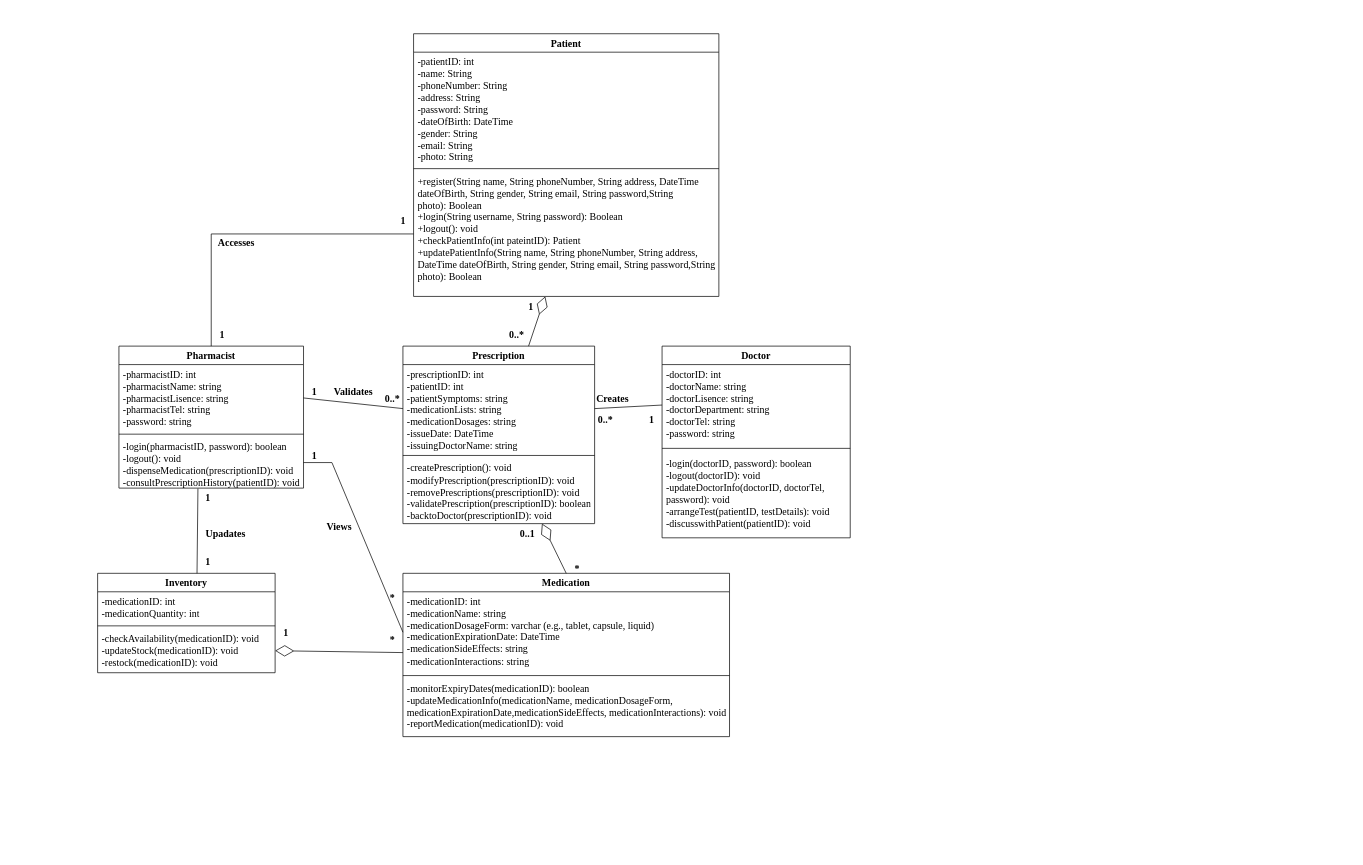
Before: Class Diagram_Pharmacy.drawio in FOMOKN/Software-Engineering, a draw.io diagram. Source tidied: cells renumbered, new cells numbered last; positions are measured from the earlier drawing's top-left corner, leaving out a move shared by most shapes. Both pictures are drawn from the tidied source at 71%, with x=0, y=0 at pixel (97, 33).
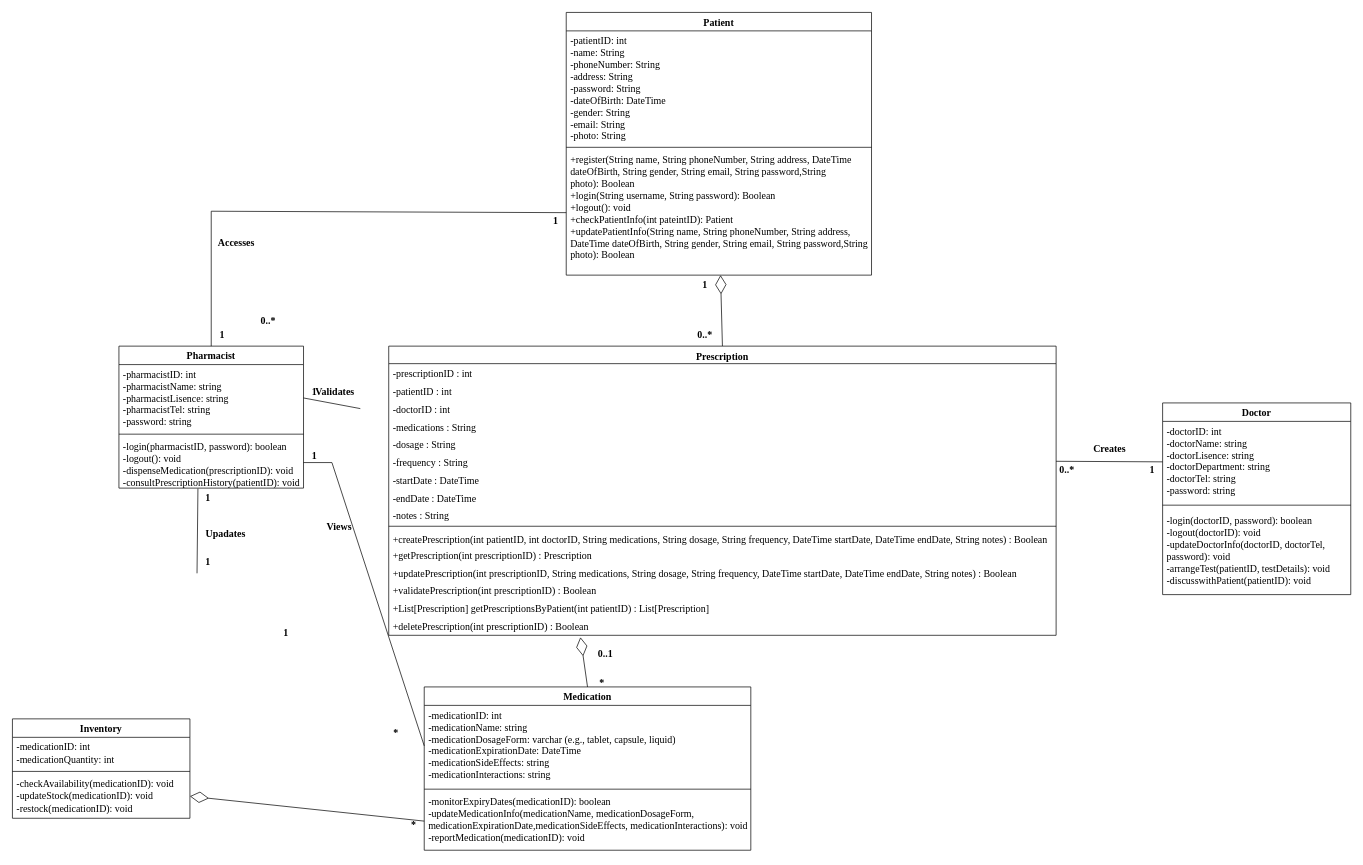
The same diagram, later.

The change refers to these unchanged cells:
```xml
<mxCell id="5" value="-monitorExpiryDates(medicationID):&amp;nbsp;boolean&lt;br&gt;-updateMedicationInfo(medicationName, medicationDosageForm, medicationExpirationDate,medicationSideEffects, medicationInteractions):&amp;nbsp;void&lt;br&gt;-reportMedication(medicationID):&amp;nbsp;void" style="text;strokeColor=none;fillColor=none;align=left;verticalAlign=top;spacingLeft=4;spacingRight=4;overflow=hidden;points=[[0,0.5],[1,0.5]];portConstraint=eastwest;whiteSpace=wrap;html=1;fontFamily=Times New Roman;fontSize=14;" parent="2" vertex="1">
  <mxGeometry y="148" width="460" height="82" as="geometry" />
</mxCell>
<mxCell id="9" value="-checkAvailability(medicationID): void&lt;br&gt;-updateStock(medicationID): void&lt;br&gt;-restock(medicationID): void" style="text;strokeColor=none;fillColor=none;align=left;verticalAlign=top;spacingLeft=4;spacingRight=4;overflow=hidden;points=[[0,0.5],[1,0.5]];portConstraint=eastwest;whiteSpace=wrap;html=1;fontFamily=Times New Roman;fontSize=14;" parent="6" vertex="1">
  <mxGeometry y="78" width="250" height="62" as="geometry" />
</mxCell>
<mxCell id="10" value="&lt;font style=&quot;font-size: 14px;&quot; face=&quot;Times New Roman&quot;&gt;Pharmacist&lt;/font&gt;" style="swimlane;fontStyle=1;align=center;verticalAlign=top;horizontal=1;startSize=26;whiteSpace=wrap;html=1;" parent="1" vertex="1">
  <mxGeometry x="30" y="440" width="260" height="200" as="geometry" />
</mxCell>
<mxCell id="11" value="-pharmacistID: int&lt;br&gt;-pharmacistName: string&lt;br style=&quot;font-size: 14px;&quot;&gt;-pharmacistLisence: string&lt;br&gt;-pharmacistTel: string&lt;br&gt;-password: string" style="text;strokeColor=none;fillColor=none;align=left;verticalAlign=top;spacingLeft=4;spacingRight=4;overflow=hidden;points=[[0,0.5],[1,0.5]];portConstraint=eastwest;whiteSpace=wrap;html=1;fontFamily=Times New Roman;fontSize=14;" parent="10" vertex="1">
  <mxGeometry y="26" width="260" height="94" as="geometry" />
</mxCell>
<mxCell id="25" value="-doctorID: int&lt;br style=&quot;border-color: var(--border-color);&quot;&gt;-doctorName: string&lt;br&gt;-doctorLisence: string&lt;br style=&quot;font-size: 14px;&quot;&gt;-doctorDepartment: string&lt;br style=&quot;font-size: 14px;&quot;&gt;-doctorTel: string&lt;br&gt;-password: string" style="text;strokeColor=none;fillColor=none;align=left;verticalAlign=top;spacingLeft=4;spacingRight=4;overflow=hidden;points=[[0,0.5],[1,0.5]];portConstraint=eastwest;whiteSpace=wrap;html=1;fontFamily=Times New Roman;fontStyle=0;fontSize=14;" parent="24" vertex="1">
  <mxGeometry y="26" width="265" height="114" as="geometry" />
</mxCell>
<mxCell id="54" value="&lt;font style=&quot;font-size: 14px;&quot;&gt;+register(String name, String phoneNumber, String address, DateTime dateOfBirth, String gender, String email, String password,String photo):&amp;nbsp;Boolean&lt;br style=&quot;&quot;&gt;+login(String username, String password): Boolean&lt;br style=&quot;&quot;&gt;+logout():&amp;nbsp;void&lt;br style=&quot;&quot;&gt;+checkPatientInfo(int pateintID):&amp;nbsp;Patient&lt;br style=&quot;&quot;&gt;+updatePatientInfo(String name, String phoneNumber, String address, DateTime dateOfBirth, String gender, String email, String password,String photo):&amp;nbsp;Boolean&lt;br style=&quot;&quot;&gt;&lt;/font&gt;&lt;span style=&quot;font-size: 12px;&quot;&gt;&lt;br style=&quot;font-size: 12px;&quot;&gt;&lt;/span&gt;" style="text;strokeColor=none;fillColor=none;align=left;verticalAlign=top;spacingLeft=4;spacingRight=4;overflow=hidden;points=[[0,0.5],[1,0.5]];portConstraint=eastwest;whiteSpace=wrap;html=1;fontSize=12;fontFamily=Times New Roman;" parent="51" vertex="1">
  <mxGeometry y="194" width="430" height="176" as="geometry" />
</mxCell>
```

What changed in the source:
```diff
@@
     <mxCell id="2" value="Medication" style="swimlane;fontStyle=1;align=center;verticalAlign=top;horizontal=1;startSize=26;whiteSpace=wrap;html=1;fontFamily=Times New Roman;fontSize=14;" parent="1" vertex="1">
-      <mxGeometry x="430" y="760" width="460" height="230" as="geometry" />
+      <mxGeometry x="460" y="920" width="460" height="230" as="geometry" />
     </mxCell>
@@
     <mxCell id="6" value="Inventory" style="swimlane;fontStyle=1;align=center;verticalAlign=top;horizontal=1;startSize=26;whiteSpace=wrap;html=1;fontFamily=Times New Roman;fontSize=14;" parent="1" vertex="1">
-      <mxGeometry y="760" width="250" height="140" as="geometry" />
+      <mxGeometry x="-120" y="965" width="250" height="140" as="geometry" />
     </mxCell>
@@
-    <mxCell id="14" style="endArrow=diamondThin;endFill=0;endSize=24;html=1;rounded=0;entryX=1;entryY=0.5;entryDx=0;entryDy=0;" parent="1" edge="1" source="2" target="9">
+    <mxCell id="14" style="endArrow=diamondThin;endFill=0;endSize=24;html=1;rounded=0;entryX=1;entryY=0.5;entryDx=0;entryDy=0;exitX=0;exitY=0.5;exitDx=0;exitDy=0;" parent="1" edge="1" source="5" target="9">
       <mxGeometry relative="1" as="geometry" />
     </mxCell>
     <mxCell id="15" value="*" style="text;html=1;align=center;verticalAlign=middle;strokeColor=none;fillColor=none;fontFamily=Times New Roman;fontSize=14;fontStyle=1;" parent="1" vertex="1">
-      <mxGeometry x="660" y="740" width="30" height="30" as="geometry" />
+      <mxGeometry x="695" y="900" width="30" height="30" as="geometry" />
     </mxCell>
     <mxCell id="16" value="0..1" style="text;html=1;align=center;verticalAlign=middle;strokeColor=none;fillColor=none;fontSize=14;fontFamily=Times New Roman;fontStyle=1;" parent="1" vertex="1">
-      <mxGeometry x="585" y="690" width="40" height="30" as="geometry" />
+      <mxGeometry x="695" y="860" width="40" height="30" as="geometry" />
     </mxCell>
@@
     <mxCell id="18" value="*" style="text;html=1;align=center;verticalAlign=middle;strokeColor=none;fillColor=none;fontFamily=Times New Roman;fontSize=14;fontStyle=1;" parent="1" vertex="1">
-      <mxGeometry x="400" y="840" width="30" height="30" as="geometry" />
+      <mxGeometry x="405" y="970" width="30" height="30" as="geometry" />
     </mxCell>
-    <mxCell id="19" value="&lt;font style=&quot;font-size: 14px;&quot;&gt;Prescription&lt;/font&gt;" style="swimlane;fontStyle=1;align=center;verticalAlign=top;horizontal=1;startSize=26;whiteSpace=wrap;html=1;fontFamily=Times New Roman;" parent="1" vertex="1">
-      <mxGeometry x="430" y="440" width="270" height="250" as="geometry" />
-    </mxCell>
-    <mxCell id="20" value="-prescriptionID: int&lt;br style=&quot;border-color: var(--border-color);&quot;&gt;-patientID: int&lt;br style=&quot;border-color: var(--border-color);&quot;&gt;-patientSymptoms: string&lt;br style=&quot;border-color: var(--border-color);&quot;&gt;-medicationLists: string&lt;br style=&quot;border-color: var(--border-color);&quot;&gt;-medicationDosages: string&lt;br style=&quot;border-color: var(--border-color);&quot;&gt;-issueDate: DateTime&lt;br style=&quot;border-color: var(--border-color);&quot;&gt;-issuingDoctorName: string" style="text;strokeColor=none;fillColor=none;align=left;verticalAlign=top;spacingLeft=4;spacingRight=4;overflow=hidden;points=[[0,0.5],[1,0.5]];portConstraint=eastwest;whiteSpace=wrap;html=1;fontFamily=Times New Roman;fontSize=14;" parent="19" vertex="1">
-      <mxGeometry y="26" width="270" height="124" as="geometry" />
-    </mxCell>
-    <mxCell id="21" style="line;strokeWidth=1;fillColor=none;align=left;verticalAlign=middle;spacingTop=-1;spacingLeft=3;spacingRight=3;labelPosition=right;strokeColor=inherit;" parent="19" vertex="1">
-      <mxGeometry y="150" width="270" height="8" as="geometry" />
-    </mxCell>
-    <mxCell id="22" value="-createPrescription():&amp;nbsp;void&lt;br style=&quot;border-color: var(--border-color);&quot;&gt;-modifyPrescription(prescriptionID):&amp;nbsp;void&lt;br style=&quot;border-color: var(--border-color);&quot;&gt;-removePrescriptions(prescriptionID):&amp;nbsp;void&lt;br&gt;-validatePrescription(prescriptionID): boolean&lt;br&gt;-backtoDoctor(prescriptionID):&amp;nbsp;void" style="text;strokeColor=none;fillColor=none;align=left;verticalAlign=top;spacingLeft=4;spacingRight=4;overflow=hidden;whiteSpace=wrap;html=1;fontFamily=Times New Roman;fontSize=14;" parent="19" vertex="1">
-      <mxGeometry y="158" width="270" height="92" as="geometry" />
-    </mxCell>
-    <mxCell id="23" style="endArrow=diamondThin;endFill=0;endSize=24;html=1;rounded=0;exitX=0.5;exitY=0;exitDx=0;exitDy=0;" parent="1" edge="1" source="2" target="19">
-      <mxGeometry relative="1" as="geometry" />
+    <mxCell id="23" style="endArrow=diamondThin;endFill=0;endSize=24;html=1;rounded=0;exitX=0.5;exitY=0;exitDx=0;exitDy=0;" parent="1" edge="1" source="2">
+      <mxGeometry relative="1" as="geometry">
+        <mxPoint x="680" y="850" as="targetPoint" />
+      </mxGeometry>
     </mxCell>
     <mxCell id="24" value="&lt;font style=&quot;font-size: 14px;&quot; face=&quot;Times New Roman&quot;&gt;Doctor&lt;/font&gt;" style="swimlane;fontStyle=1;align=center;verticalAlign=top;horizontal=1;startSize=26;whiteSpace=wrap;html=1;" parent="1" vertex="1">
-      <mxGeometry x="795" y="440" width="265" height="270" as="geometry" />
+      <mxGeometry x="1500" y="520" width="265" height="270" as="geometry" />
     </mxCell>
@@
     <mxCell id="28" value="1" style="text;html=1;align=center;verticalAlign=middle;strokeColor=none;fillColor=none;fontFamily=Times New Roman;fontStyle=1;fontSize=14;" parent="1" vertex="1">
-      <mxGeometry x="595" y="370" width="30" height="30" as="geometry" />
+      <mxGeometry x="840" y="340" width="30" height="30" as="geometry" />
     </mxCell>
     <mxCell id="29" value="0..*" style="text;html=1;align=center;verticalAlign=middle;strokeColor=none;fillColor=none;fontStyle=1;fontFamily=Times New Roman;fontSize=14;" parent="1" vertex="1">
-      <mxGeometry x="570" y="410" width="40" height="30" as="geometry" />
+      <mxGeometry x="835" y="410" width="40" height="30" as="geometry" />
     </mxCell>
-    <mxCell id="30" style="endArrow=none;html=1;rounded=0;exitX=1;exitY=0.5;exitDx=0;exitDy=0;entryX=0;entryY=0.5;entryDx=0;entryDy=0;" parent="1" edge="1" source="11" target="20">
-      <mxGeometry relative="1" as="geometry" />
+    <mxCell id="30" style="endArrow=none;html=1;rounded=0;exitX=1;exitY=0.5;exitDx=0;exitDy=0;" parent="1" edge="1" source="11">
+      <mxGeometry relative="1" as="geometry">
+        <mxPoint x="370" y="528" as="targetPoint" />
+      </mxGeometry>
     </mxCell>
@@
-    <mxCell id="38" style="endArrow=diamondThin;endFill=0;endSize=24;html=1;rounded=0;" parent="1" edge="1" source="19" target="54">
+    <mxCell id="38" style="endArrow=diamondThin;endFill=0;endSize=24;html=1;rounded=0;exitX=0.5;exitY=0;exitDx=0;exitDy=0;" parent="1" edge="1" source="19" target="54">
       <mxGeometry relative="1" as="geometry" />
     </mxCell>
@@
     <mxCell id="40" value="*" style="text;html=1;align=center;verticalAlign=middle;strokeColor=none;fillColor=none;fontFamily=Times New Roman;fontSize=14;fontStyle=1;" parent="1" vertex="1">
-      <mxGeometry x="400" y="780" width="30" height="30" as="geometry" />
+      <mxGeometry x="430" y="1100" width="30" height="30" as="geometry" />
     </mxCell>
@@
     <mxCell id="42" value="0..*" style="text;html=1;align=center;verticalAlign=middle;strokeColor=none;fillColor=none;fontFamily=Times New Roman;fontSize=14;fontStyle=1;" parent="1" vertex="1">
-      <mxGeometry x="395" y="500" width="40" height="30" as="geometry" />
+      <mxGeometry x="220" y="390" width="40" height="30" as="geometry" />
     </mxCell>
-    <mxCell id="43" style="endArrow=none;html=1;rounded=0;entryX=0;entryY=0.5;entryDx=0;entryDy=0;exitX=1;exitY=0.5;exitDx=0;exitDy=0;" parent="1" edge="1" source="20" target="25">
+    <mxCell id="43" style="endArrow=none;html=1;rounded=0;entryX=0;entryY=0.5;entryDx=0;entryDy=0;exitX=1;exitY=0.5;exitDx=0;exitDy=0;" parent="1" edge="1" source="60" target="25">
       <mxGeometry relative="1" as="geometry" />
     </mxCell>
     <mxCell id="44" value="Creates" style="text;html=1;align=center;verticalAlign=middle;strokeColor=none;fillColor=none;fontStyle=1;fontFamily=Times New Roman;fontSize=14;" parent="1" vertex="1">
-      <mxGeometry x="690" y="500" width="70" height="30" as="geometry" />
+      <mxGeometry x="1390" y="570" width="70" height="30" as="geometry" />
     </mxCell>
     <mxCell id="45" value="1" style="text;html=1;align=center;verticalAlign=middle;strokeColor=none;fillColor=none;fontStyle=1;fontFamily=Times New Roman;fontSize=14;" parent="1" vertex="1">
-      <mxGeometry x="765" y="530" width="30" height="30" as="geometry" />
+      <mxGeometry x="1470" y="600" width="30" height="30" as="geometry" />
     </mxCell>
     <mxCell id="46" value="0..*" style="text;html=1;align=center;verticalAlign=middle;strokeColor=none;fillColor=none;fontFamily=Times New Roman;fontSize=14;fontStyle=1;" parent="1" vertex="1">
-      <mxGeometry x="695" y="530" width="40" height="30" as="geometry" />
+      <mxGeometry x="1345" y="600" width="40" height="30" as="geometry" />
     </mxCell>
     <mxCell id="47" style="endArrow=none;html=1;rounded=0;entryX=0;entryY=0.5;entryDx=0;entryDy=0;exitX=0.5;exitY=0;exitDx=0;exitDy=0;" parent="1" edge="1" source="10" target="54">
       <mxGeometry relative="1" as="geometry">
         <Array as="points">
-          <mxPoint x="160" y="282" />
+          <mxPoint x="160" y="250" />
         </Array>
       </mxGeometry>
     </mxCell>
@@
     <mxCell id="49" value="1" style="text;html=1;align=center;verticalAlign=middle;strokeColor=none;fillColor=none;fontFamily=Times New Roman;fontStyle=1;fontSize=14;" parent="1" vertex="1">
-      <mxGeometry x="415" y="250" width="30" height="30" as="geometry" />
+      <mxGeometry x="630" y="250" width="30" height="30" as="geometry" />
     </mxCell>
@@
     <mxCell id="51" value="Patient" style="swimlane;fontStyle=1;align=center;verticalAlign=top;horizontal=1;startSize=26;whiteSpace=wrap;html=1;fontFamily=Times New Roman;fontSize=14;" parent="1" vertex="1">
-      <mxGeometry x="445" width="430" height="370" as="geometry" />
+      <mxGeometry x="660" y="-30" width="430" height="370" as="geometry" />
     </mxCell>
@@
+    <mxCell id="19" value="Prescription" style="swimlane;fontStyle=1;align=center;verticalAlign=top;horizontal=1;startSize=24.6875;fontFamily=Times New Roman;fontSize=14;" parent="1" vertex="1">
+      <mxGeometry x="410" y="440" width="940" height="407.3" as="geometry" />
+    </mxCell>
+    <mxCell id="55" value="-prescriptionID : int" style="text;strokeColor=none;fillColor=none;align=left;verticalAlign=top;spacingLeft=4;spacingRight=4;overflow=hidden;fontFamily=Times New Roman;fontSize=14;" parent="19" vertex="1">
+      <mxGeometry y="24.7" width="940" height="25" as="geometry" />
+    </mxCell>
+    <mxCell id="56" value="-patientID : int" style="text;strokeColor=none;fillColor=none;align=left;verticalAlign=top;spacingLeft=4;spacingRight=4;overflow=hidden;fontFamily=Times New Roman;fontSize=14;" parent="19" vertex="1">
+      <mxGeometry y="49.7" width="940" height="25" as="geometry" />
+    </mxCell>
+    <mxCell id="57" value="-doctorID : int" style="text;strokeColor=none;fillColor=none;align=left;verticalAlign=top;spacingLeft=4;spacingRight=4;overflow=hidden;fontFamily=Times New Roman;fontSize=14;" parent="19" vertex="1">
+      <mxGeometry y="74.7" width="940" height="25" as="geometry" />
+    </mxCell>
+    <mxCell id="58" value="-medications : String" style="text;strokeColor=none;fillColor=none;align=left;verticalAlign=top;spacingLeft=4;spacingRight=4;overflow=hidden;fontFamily=Times New Roman;fontSize=14;" parent="19" vertex="1">
+      <mxGeometry y="99.7" width="940" height="25" as="geometry" />
+    </mxCell>
+    <mxCell id="59" value="-dosage : String" style="text;strokeColor=none;fillColor=none;align=left;verticalAlign=top;spacingLeft=4;spacingRight=4;overflow=hidden;fontFamily=Times New Roman;fontSize=14;" parent="19" vertex="1">
+      <mxGeometry y="124.7" width="940" height="25" as="geometry" />
+    </mxCell>
+    <mxCell id="60" value="-frequency : String" style="text;strokeColor=none;fillColor=none;align=left;verticalAlign=top;spacingLeft=4;spacingRight=4;overflow=hidden;points=[[0,0.5],[1,0.5]];portConstraint=eastwest;fontFamily=Times New Roman;fontSize=14;" parent="19" vertex="1">
+      <mxGeometry y="149.7" width="940" height="25" as="geometry" />
+    </mxCell>
+    <mxCell id="61" value="-startDate : DateTime" style="text;strokeColor=none;fillColor=none;align=left;verticalAlign=top;spacingLeft=4;spacingRight=4;overflow=hidden;fontFamily=Times New Roman;fontSize=14;" parent="19" vertex="1">
+      <mxGeometry y="174.7" width="940" height="25" as="geometry" />
+    </mxCell>
+    <mxCell id="62" value="-endDate : DateTime" style="text;strokeColor=none;fillColor=none;align=left;verticalAlign=top;spacingLeft=4;spacingRight=4;overflow=hidden;fontFamily=Times New Roman;fontSize=14;" parent="19" vertex="1">
+      <mxGeometry y="199.7" width="940" height="25" as="geometry" />
+    </mxCell>
+    <mxCell id="63" value="-notes : String" style="text;strokeColor=none;fillColor=none;align=left;verticalAlign=top;spacingLeft=4;spacingRight=4;overflow=hidden;fontFamily=Times New Roman;fontSize=14;" parent="19" vertex="1">
+      <mxGeometry y="224.7" width="940" height="25" as="geometry" />
+    </mxCell>
+    <mxCell id="64" style="line;strokeWidth=1;fillColor=none;align=left;verticalAlign=middle;spacingTop=-1;spacingLeft=3;spacingRight=3;labelPosition=right;strokeColor=inherit;fontFamily=Times New Roman;" parent="19" vertex="1">
+      <mxGeometry y="249.7" width="940" height="8" as="geometry" />
+    </mxCell>
+    <mxCell id="65" value="+createPrescription(int patientID, int doctorID, String medications, String dosage, String frequency, DateTime startDate, DateTime endDate, String notes) : Boolean" style="text;strokeColor=none;fillColor=none;align=left;verticalAlign=top;spacingLeft=4;spacingRight=4;overflow=hidden;fontFamily=Times New Roman;fontSize=14;" parent="19" vertex="1">
+      <mxGeometry y="257.7" width="940" height="22.3" as="geometry" />
+    </mxCell>
+    <mxCell id="66" value="+getPrescription(int prescriptionID) : Prescription" style="text;strokeColor=none;fillColor=none;align=left;verticalAlign=top;spacingLeft=4;spacingRight=4;overflow=hidden;fontFamily=Times New Roman;fontSize=14;" parent="19" vertex="1">
+      <mxGeometry y="280" width="940" height="25" as="geometry" />
+    </mxCell>
+    <mxCell id="67" value="+updatePrescription(int prescriptionID, String medications, String dosage, String frequency, DateTime startDate, DateTime endDate, String notes) : Boolean" style="text;strokeColor=none;fillColor=none;align=left;verticalAlign=top;spacingLeft=4;spacingRight=4;overflow=hidden;fontFamily=Times New Roman;fontSize=14;" parent="19" vertex="1">
+      <mxGeometry y="305" width="940" height="25" as="geometry" />
+    </mxCell>
+    <mxCell id="68" value="+validatePrescription(int prescriptionID) : Boolean" style="text;strokeColor=none;fillColor=none;align=left;verticalAlign=top;spacingLeft=4;spacingRight=4;overflow=hidden;fontFamily=Times New Roman;fontSize=14;" parent="19" vertex="1">
+      <mxGeometry y="330" width="940" height="25" as="geometry" />
+    </mxCell>
+    <mxCell id="69" value="+List[Prescription] getPrescriptionsByPatient(int patientID) : List[Prescription]" style="text;strokeColor=none;fillColor=none;align=left;verticalAlign=top;spacingLeft=4;spacingRight=4;overflow=hidden;fontFamily=Times New Roman;fontSize=14;" parent="19" vertex="1">
+      <mxGeometry y="355" width="940" height="25" as="geometry" />
+    </mxCell>
+    <mxCell id="70" value="+deletePrescription(int prescriptionID) : Boolean" style="text;strokeColor=none;fillColor=none;align=left;verticalAlign=top;spacingLeft=4;spacingRight=4;overflow=hidden;fontFamily=Times New Roman;fontSize=14;" parent="19" vertex="1">
+      <mxGeometry y="380" width="940" height="27.3" as="geometry" />
+    </mxCell>
```
